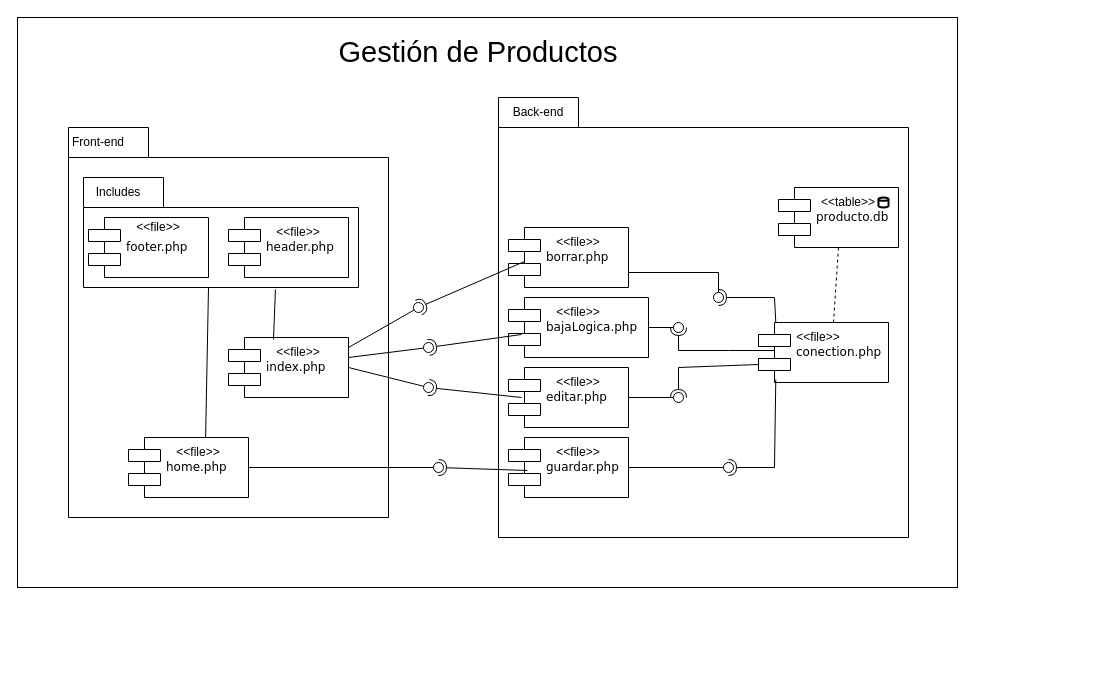
Before: Diagramas/DiagramaComponentesMich.drawio in JorgeADnro/Torres, a draw.io diagram. Source tidied: cells renumbered, new cells numbered last; positions are measured from the earlier drawing's top-left corner, leaving out a move shared by most shapes. Both pictures are drawn from the tidied source at 100%, with x=0, y=0 at pixel (17, 17).
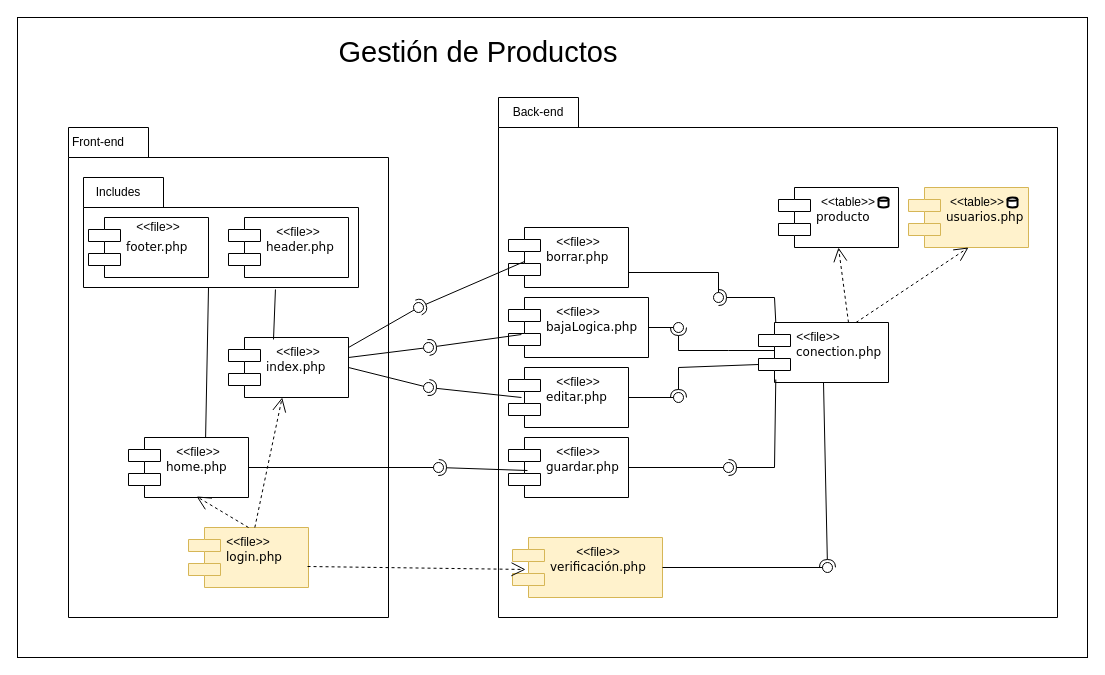
The same page after the edit.

The change refers to these unchanged cells:
```xml
<mxCell id="10" value="home.php" style="shape=component;align=left;spacingLeft=36;rounded=0;shadow=0;comic=0;labelBackgroundColor=none;strokeWidth=1;fontFamily=Verdana;fontSize=12;html=1;" parent="1" vertex="1">
  <mxGeometry x="111" y="420" width="120" height="60" as="geometry" />
</mxCell>
<mxCell id="11" value="index.php" style="shape=component;align=left;spacingLeft=36;rounded=0;shadow=0;comic=0;labelBackgroundColor=none;strokeWidth=1;fontFamily=Verdana;fontSize=12;html=1;" parent="1" vertex="1">
  <mxGeometry x="211" y="320" width="120" height="60" as="geometry" />
</mxCell>
<mxCell id="16" value="conection.php" style="shape=component;align=left;spacingLeft=36;rounded=0;shadow=0;comic=0;labelBackgroundColor=none;strokeWidth=1;fontFamily=Verdana;fontSize=12;html=1;" parent="1" vertex="1">
  <mxGeometry x="741" y="305" width="130" height="60" as="geometry" />
</mxCell>
<mxCell id="46" value="&amp;lt;&amp;lt;file&amp;gt;&amp;gt;" style="text;html=1;strokeColor=none;fillColor=none;align=center;verticalAlign=middle;whiteSpace=wrap;rounded=0;" parent="1" vertex="1">
  <mxGeometry x="771" y="305" width="60" height="30" as="geometry" />
</mxCell>
```

What changed in the source:
```diff
@@
     <mxCell id="2" style="rounded=0;whiteSpace=wrap;html=1;" parent="1" vertex="1">
-      <mxGeometry width="940" height="570" as="geometry" />
+      <mxGeometry width="1070" height="640" as="geometry" />
     </mxCell>
     <mxCell id="3" style="shape=folder;fontStyle=1;tabWidth=80;tabHeight=30;tabPosition=left;html=1;boundedLbl=1;whiteSpace=wrap;" parent="1" vertex="1">
-      <mxGeometry x="51" y="110" width="320" height="390" as="geometry" />
+      <mxGeometry x="51" y="110" width="320" height="490" as="geometry" />
     </mxCell>
@@
     <mxCell id="13" style="shape=folder;fontStyle=1;tabWidth=80;tabHeight=30;tabPosition=left;html=1;boundedLbl=1;whiteSpace=wrap;" parent="1" vertex="1">
-      <mxGeometry x="481" y="80" width="410" height="440" as="geometry" />
+      <mxGeometry x="481" y="80" width="559" height="520" as="geometry" />
     </mxCell>
@@
-    <mxCell id="15" value="producto.db" style="shape=component;align=left;spacingLeft=36;rounded=0;shadow=0;comic=0;labelBackgroundColor=none;strokeWidth=1;fontFamily=Verdana;fontSize=12;html=1;" parent="1" vertex="1">
+    <mxCell id="15" value="producto" style="shape=component;align=left;spacingLeft=36;rounded=0;shadow=0;comic=0;labelBackgroundColor=none;strokeWidth=1;fontFamily=Verdana;fontSize=12;html=1;" parent="1" vertex="1">
       <mxGeometry x="761" y="170" width="120" height="60" as="geometry" />
     </mxCell>
@@
+    <mxCell id="49" value="Gestión de Productos" style="text;html=1;strokeColor=none;fillColor=none;align=center;verticalAlign=middle;whiteSpace=wrap;rounded=0;fontSize=29;" parent="1" vertex="1">
+      <mxGeometry x="251" y="20" width="420" height="30" as="geometry" />
+    </mxCell>
+    <mxCell id="50" value="login.php" style="shape=component;align=left;spacingLeft=36;rounded=0;shadow=0;comic=0;labelBackgroundColor=none;strokeWidth=1;fontFamily=Verdana;fontSize=12;html=1;fillColor=#fff2cc;strokeColor=#d6b656;" parent="1" vertex="1">
+      <mxGeometry x="171" y="510" width="120" height="60" as="geometry" />
+    </mxCell>
+    <mxCell id="51" value="verificación.php" style="shape=component;align=left;spacingLeft=36;rounded=0;shadow=0;comic=0;labelBackgroundColor=none;strokeWidth=1;fontFamily=Verdana;fontSize=12;html=1;fillColor=#fff2cc;strokeColor=#d6b656;" parent="1" vertex="1">
+      <mxGeometry x="495" y="520" width="150" height="60" as="geometry" />
+    </mxCell>
+    <mxCell id="52" value="usuarios.php" style="shape=component;align=left;spacingLeft=36;rounded=0;shadow=0;comic=0;labelBackgroundColor=none;strokeWidth=1;fontFamily=Verdana;fontSize=12;html=1;fillColor=#fff2cc;strokeColor=#d6b656;" parent="1" vertex="1">
+      <mxGeometry x="891" y="170" width="120" height="60" as="geometry" />
+    </mxCell>
+    <mxCell id="53" value="&amp;lt;&amp;lt;table&amp;gt;&amp;gt;" style="text;html=1;strokeColor=none;fillColor=none;align=center;verticalAlign=middle;whiteSpace=wrap;rounded=0;" parent="1" vertex="1">
+      <mxGeometry x="930" y="170" width="60" height="30" as="geometry" />
+    </mxCell>
+    <mxCell id="54" style="rounded=0;jettySize=auto;html=1;endArrow=halfCircle;endFill=0;endSize=6;strokeWidth=1;sketch=0;exitX=0.5;exitY=1;exitDx=0;exitDy=0;" parent="1" edge="1" source="16">
+      <mxGeometry relative="1" as="geometry">
+        <mxPoint x="810" y="550" as="targetPoint" />
+      </mxGeometry>
+    </mxCell>
+    <mxCell id="55" style="rounded=0;jettySize=auto;html=1;endArrow=oval;endFill=0;sketch=0;sourcePerimeterSpacing=0;targetPerimeterSpacing=0;endSize=10;exitX=1;exitY=0.5;exitDx=0;exitDy=0;" parent="1" edge="1" source="51">
+      <mxGeometry relative="1" as="geometry">
+        <mxPoint x="810" y="550" as="targetPoint" />
+      </mxGeometry>
+    </mxCell>
+    <mxCell id="56" style="ellipse;whiteSpace=wrap;html=1;align=center;fillColor=none;strokeColor=none;perimeter=centerPerimeter;" parent="1" vertex="1">
+      <mxGeometry x="825" y="510" width="10" height="10" as="geometry" />
+    </mxCell>
+    <mxCell id="57" style="endArrow=open;endSize=12;dashed=1;html=1;rounded=0;exitX=0.992;exitY=0.65;exitDx=0;exitDy=0;exitPerimeter=0;entryX=0.087;entryY=0.533;entryDx=0;entryDy=0;entryPerimeter=0;" parent="1" edge="1" source="50" target="51">
+      <mxGeometry relative="1" as="geometry" />
+    </mxCell>
+    <mxCell id="58" style="endArrow=open;endSize=12;dashed=1;html=1;rounded=0;" parent="1" edge="1" source="50" target="11">
+      <mxGeometry relative="1" as="geometry" />
+    </mxCell>
+    <mxCell id="59" value="&lt;br&gt;" style="endArrow=open;endSize=12;dashed=1;html=1;rounded=0;entryX=0.567;entryY=0.983;entryDx=0;entryDy=0;entryPerimeter=0;exitX=0.5;exitY=0;exitDx=0;exitDy=0;" parent="1" edge="1" source="50" target="10">
+      <mxGeometry relative="1" as="geometry" />
+    </mxCell>
+    <mxCell id="60" value="&amp;lt;&amp;lt;file&amp;gt;&amp;gt;" style="text;html=1;strokeColor=none;fillColor=none;align=center;verticalAlign=middle;whiteSpace=wrap;rounded=0;" parent="1" vertex="1">
+      <mxGeometry x="201" y="510" width="60" height="30" as="geometry" />
+    </mxCell>
+    <mxCell id="61" value="&amp;lt;&amp;lt;file&amp;gt;&amp;gt;" style="text;html=1;strokeColor=none;fillColor=none;align=center;verticalAlign=middle;whiteSpace=wrap;rounded=0;" parent="1" vertex="1">
+      <mxGeometry x="551" y="520" width="60" height="30" as="geometry" />
+    </mxCell>
+    <mxCell id="62" style="strokeWidth=2;html=1;shape=mxgraph.flowchart.database;whiteSpace=wrap;" parent="1" vertex="1">
+      <mxGeometry x="990" y="180" width="10" height="10" as="geometry" />
+    </mxCell>
+    <mxCell id="63" style="endArrow=open;endSize=12;dashed=1;html=1;rounded=0;exitX=0.75;exitY=0;exitDx=0;exitDy=0;entryX=0.5;entryY=1;entryDx=0;entryDy=0;" parent="1" edge="1" source="16" target="52">
+      <mxGeometry relative="1" as="geometry" />
+    </mxCell>
-    <mxCell id="48" style="endArrow=none;dashed=1;html=1;rounded=0;entryX=0.5;entryY=1;entryDx=0;entryDy=0;exitX=0.75;exitY=0;exitDx=0;exitDy=0;" parent="1" edge="1" source="46" target="15">
+    <mxCell id="48" style="endArrow=open;endSize=12;dashed=1;html=1;rounded=0;entryX=0.5;entryY=1;entryDx=0;entryDy=0;exitX=1;exitY=0;exitDx=0;exitDy=0;" parent="1" edge="1" source="46" target="15">
       <mxGeometry relative="1" as="geometry" />
     </mxCell>
-    <mxCell id="49" value="Gestión de Productos" style="text;html=1;strokeColor=none;fillColor=none;align=center;verticalAlign=middle;whiteSpace=wrap;rounded=0;fontSize=29;" parent="1" vertex="1">
-      <mxGeometry x="251" y="20" width="420" height="30" as="geometry" />
-    </mxCell>
```
